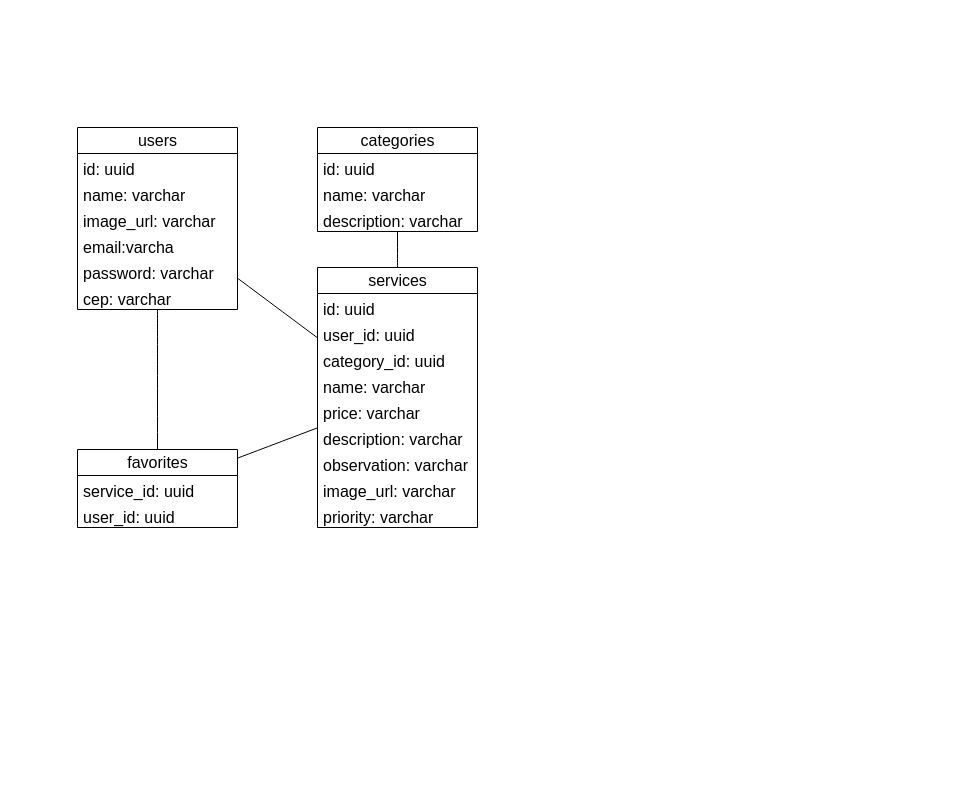
Above: docs/database-model.drawio in GabrielMarquesGithub/work-wave-backend (draw.io), before the change. Source tidied: cells renumbered, new cells numbered last; positions are measured from the earlier drawing's top-left corner, leaving out a move shared by most shapes. Both pictures are drawn from the tidied source at 100%, with x=0, y=0 at pixel (77, 127).
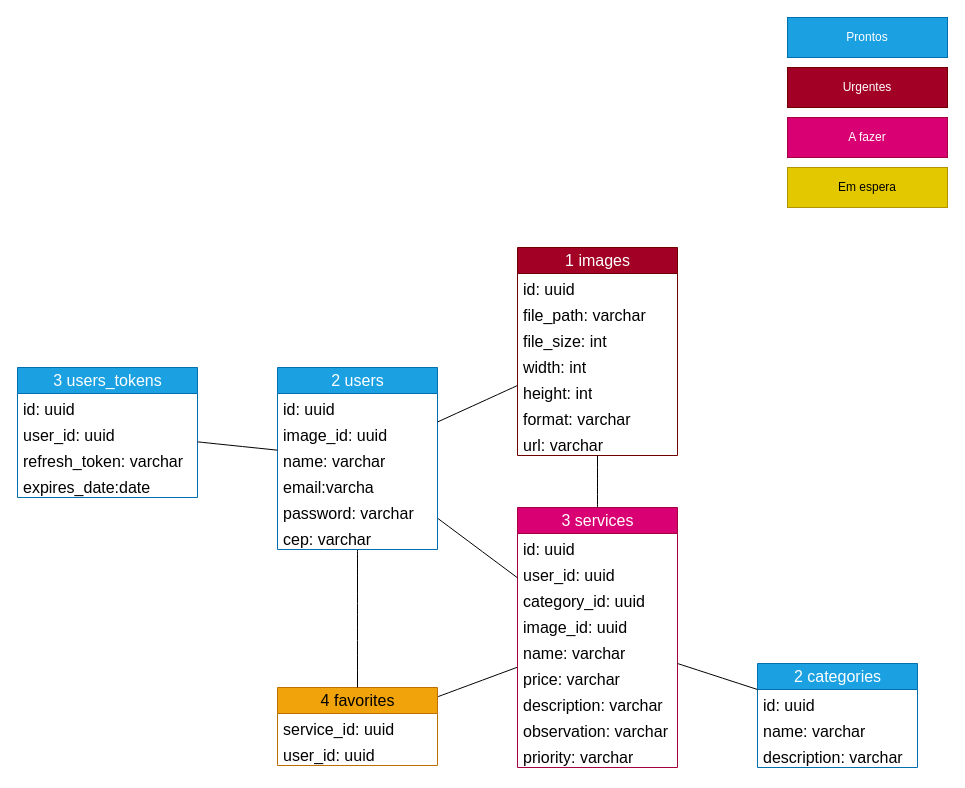
The same diagram, later.

What changed in the source:
```diff
@@
-    <mxCell id="3" value="favorites" style="swimlane;fontStyle=0;horizontal=1;startSize=26;fillColor=none;html=1;fontSize=16;" parent="1" vertex="1">
-      <mxGeometry y="322" width="160" height="78" as="geometry" />
+    <mxCell id="3" value="4 favorites" style="swimlane;fontStyle=0;horizontal=1;startSize=26;fillColor=#f0a30a;html=1;fontSize=16;strokeColor=#BD7000;fontColor=#000000;" parent="1" vertex="1">
+      <mxGeometry x="200" y="560" width="160" height="78" as="geometry" />
     </mxCell>
@@
-    <mxCell id="6" value="services" style="swimlane;fontStyle=0;horizontal=1;startSize=26;fillColor=none;html=1;fontSize=16;" parent="1" vertex="1">
-      <mxGeometry x="240" y="140" width="160" height="260" as="geometry" />
+    <mxCell id="6" value="3 services" style="swimlane;fontStyle=0;horizontal=1;startSize=26;fillColor=#d80073;html=1;fontSize=16;fontColor=#ffffff;strokeColor=#A50040;" parent="1" vertex="1">
+      <mxGeometry x="440" y="380" width="160" height="260" as="geometry" />
     </mxCell>
@@
+    <mxCell id="30" value="image_id: uuid" style="text;strokeColor=none;fillColor=none;align=left;verticalAlign=top;spacingLeft=4;spacingRight=4;overflow=hidden;whiteSpace=wrap;html=1;fontSize=16;" parent="6" vertex="1">
+      <mxGeometry y="104" width="160" height="26" as="geometry" />
+    </mxCell>
     <mxCell id="10" value="name: varchar" style="text;strokeColor=none;fillColor=none;align=left;verticalAlign=top;spacingLeft=4;spacingRight=4;overflow=hidden;whiteSpace=wrap;html=1;fontSize=16;" parent="6" vertex="1">
-      <mxGeometry y="104" width="160" height="26" as="geometry" />
+      <mxGeometry y="130" width="160" height="26" as="geometry" />
     </mxCell>
     <mxCell id="11" value="price: varchar" style="text;strokeColor=none;fillColor=none;align=left;verticalAlign=top;spacingLeft=4;spacingRight=4;overflow=hidden;whiteSpace=wrap;html=1;fontSize=16;" parent="6" vertex="1">
-      <mxGeometry y="130" width="160" height="26" as="geometry" />
+      <mxGeometry y="156" width="160" height="26" as="geometry" />
     </mxCell>
     <mxCell id="12" value="description: varchar" style="text;strokeColor=none;fillColor=none;align=left;verticalAlign=top;spacingLeft=4;spacingRight=4;overflow=hidden;whiteSpace=wrap;html=1;fontSize=16;" parent="6" vertex="1">
-      <mxGeometry y="156" width="160" height="26" as="geometry" />
+      <mxGeometry y="182" width="160" height="26" as="geometry" />
     </mxCell>
     <mxCell id="13" value="observation: varchar" style="text;strokeColor=none;fillColor=none;align=left;verticalAlign=top;spacingLeft=4;spacingRight=4;overflow=hidden;whiteSpace=wrap;html=1;fontSize=16;" parent="6" vertex="1">
-      <mxGeometry y="182" width="160" height="26" as="geometry" />
+      <mxGeometry y="208" width="160" height="26" as="geometry" />
     </mxCell>
-    <mxCell id="14" value="image_url: varchar" style="text;strokeColor=none;fillColor=none;align=left;verticalAlign=top;spacingLeft=4;spacingRight=4;overflow=hidden;whiteSpace=wrap;html=1;fontSize=16;" parent="6" vertex="1">
-      <mxGeometry y="208" width="160" height="26" as="geometry" />
-    </mxCell>
@@
-    <mxCell id="18" value="users" style="swimlane;fontStyle=0;horizontal=1;startSize=26;fillColor=none;html=1;fontSize=16;" parent="1" vertex="1">
-      <mxGeometry width="160" height="182" as="geometry" />
+    <mxCell id="18" value="2 users" style="swimlane;fontStyle=0;horizontal=1;startSize=26;fillColor=#1ba1e2;html=1;fontSize=16;fontColor=#ffffff;strokeColor=#006EAF;" parent="1" vertex="1">
+      <mxGeometry x="200" y="240" width="160" height="182" as="geometry" />
     </mxCell>
@@
+    <mxCell id="21" value="image_id: uuid" style="text;strokeColor=none;fillColor=none;align=left;verticalAlign=top;spacingLeft=4;spacingRight=4;overflow=hidden;whiteSpace=wrap;html=1;fontSize=16;" parent="18" vertex="1">
+      <mxGeometry y="52" width="160" height="26" as="geometry" />
+    </mxCell>
     <mxCell id="20" value="name: varchar" style="text;strokeColor=none;fillColor=none;align=left;verticalAlign=top;spacingLeft=4;spacingRight=4;overflow=hidden;whiteSpace=wrap;html=1;fontSize=16;" parent="18" vertex="1">
-      <mxGeometry y="52" width="160" height="26" as="geometry" />
+      <mxGeometry y="78" width="160" height="26" as="geometry" />
     </mxCell>
-    <mxCell id="21" value="image_url: varchar" style="text;strokeColor=none;fillColor=none;align=left;verticalAlign=top;spacingLeft=4;spacingRight=4;overflow=hidden;whiteSpace=wrap;html=1;fontSize=16;" parent="18" vertex="1">
-      <mxGeometry y="78" width="160" height="26" as="geometry" />
-    </mxCell>
@@
-    <mxCell id="25" value="categories" style="swimlane;fontStyle=0;horizontal=1;startSize=26;fillColor=none;html=1;fontSize=16;" parent="1" vertex="1">
-      <mxGeometry x="240" width="160" height="104" as="geometry" />
+    <mxCell id="25" value="2 categories" style="swimlane;fontStyle=0;horizontal=1;startSize=26;fillColor=#1ba1e2;html=1;fontSize=16;fontColor=#ffffff;strokeColor=#006EAF;" parent="1" vertex="1">
+      <mxGeometry x="680" y="536" width="160" height="104" as="geometry" />
     </mxCell>
@@
+    <mxCell id="31" value="3 users_tokens" style="swimlane;fontStyle=0;horizontal=1;startSize=26;fillColor=#1ba1e2;html=1;fontSize=16;fontColor=#ffffff;strokeColor=#006EAF;" parent="1" vertex="1">
+      <mxGeometry x="-60" y="240" width="180" height="130" as="geometry" />
+    </mxCell>
+    <mxCell id="32" value="id: uuid" style="text;strokeColor=none;fillColor=none;align=left;verticalAlign=top;spacingLeft=4;spacingRight=4;overflow=hidden;whiteSpace=wrap;html=1;fontSize=16;" parent="31" vertex="1">
+      <mxGeometry y="26" width="180" height="26" as="geometry" />
+    </mxCell>
+    <mxCell id="33" value="user_id: uuid" style="text;strokeColor=none;fillColor=none;align=left;verticalAlign=top;spacingLeft=4;spacingRight=4;overflow=hidden;whiteSpace=wrap;html=1;fontSize=16;" parent="31" vertex="1">
+      <mxGeometry y="52" width="180" height="26" as="geometry" />
+    </mxCell>
+    <mxCell id="34" value="refresh_token: varchar" style="text;strokeColor=none;fillColor=none;align=left;verticalAlign=top;spacingLeft=4;spacingRight=4;overflow=hidden;whiteSpace=wrap;html=1;fontSize=16;" parent="31" vertex="1">
+      <mxGeometry y="78" width="180" height="26" as="geometry" />
+    </mxCell>
+    <mxCell id="35" value="expires_date:date" style="text;strokeColor=none;fillColor=none;align=left;verticalAlign=top;spacingLeft=4;spacingRight=4;overflow=hidden;whiteSpace=wrap;html=1;fontSize=16;" parent="31" vertex="1">
+      <mxGeometry y="104" width="180" height="26" as="geometry" />
+    </mxCell>
+    <mxCell id="36" style="edgeStyle=none;curved=1;rounded=0;jettySize=auto;html=1;fontSize=12;startSize=8;endSize=8;endArrow=none;endFill=0;" parent="1" edge="1" source="31" target="18">
+      <mxGeometry relative="1" as="geometry" />
+    </mxCell>
+    <mxCell id="37" value="1 images" style="swimlane;fontStyle=0;horizontal=1;startSize=26;fillColor=#a20025;html=1;fontSize=16;fontColor=#ffffff;strokeColor=#6F0000;" parent="1" vertex="1">
+      <mxGeometry x="440" y="120" width="160" height="208" as="geometry" />
+    </mxCell>
+    <mxCell id="38" value="id: uuid" style="text;strokeColor=none;fillColor=none;align=left;verticalAlign=top;spacingLeft=4;spacingRight=4;overflow=hidden;whiteSpace=wrap;html=1;fontSize=16;" parent="37" vertex="1">
+      <mxGeometry y="26" width="160" height="26" as="geometry" />
+    </mxCell>
+    <mxCell id="39" value="file_path: varchar" style="text;strokeColor=none;fillColor=none;align=left;verticalAlign=top;spacingLeft=4;spacingRight=4;overflow=hidden;whiteSpace=wrap;html=1;fontSize=16;" parent="37" vertex="1">
+      <mxGeometry y="52" width="160" height="26" as="geometry" />
+    </mxCell>
+    <mxCell id="40" value="file_size: int" style="text;strokeColor=none;fillColor=none;align=left;verticalAlign=top;spacingLeft=4;spacingRight=4;overflow=hidden;whiteSpace=wrap;html=1;fontSize=16;" parent="37" vertex="1">
+      <mxGeometry y="78" width="160" height="26" as="geometry" />
+    </mxCell>
+    <mxCell id="41" value=" width: int" style="text;strokeColor=none;fillColor=none;align=left;verticalAlign=top;spacingLeft=4;spacingRight=4;overflow=hidden;whiteSpace=wrap;html=1;fontSize=16;" parent="37" vertex="1">
+      <mxGeometry y="104" width="160" height="26" as="geometry" />
+    </mxCell>
+    <mxCell id="42" value="  height: int" style="text;strokeColor=none;fillColor=none;align=left;verticalAlign=top;spacingLeft=4;spacingRight=4;overflow=hidden;whiteSpace=wrap;html=1;fontSize=16;" parent="37" vertex="1">
+      <mxGeometry y="130" width="160" height="26" as="geometry" />
+    </mxCell>
+    <mxCell id="43" value="format: varchar" style="text;strokeColor=none;fillColor=none;align=left;verticalAlign=top;spacingLeft=4;spacingRight=4;overflow=hidden;whiteSpace=wrap;html=1;fontSize=16;" parent="37" vertex="1">
+      <mxGeometry y="156" width="160" height="26" as="geometry" />
+    </mxCell>
+    <mxCell id="44" value="url: varchar" style="text;strokeColor=none;fillColor=none;align=left;verticalAlign=top;spacingLeft=4;spacingRight=4;overflow=hidden;whiteSpace=wrap;html=1;fontSize=16;" parent="37" vertex="1">
+      <mxGeometry y="182" width="160" height="26" as="geometry" />
+    </mxCell>
+    <mxCell id="45" style="edgeStyle=none;curved=1;rounded=0;jettySize=auto;html=1;fontSize=12;startSize=8;endSize=8;endArrow=none;endFill=0;" parent="1" edge="1" source="6" target="37">
+      <mxGeometry relative="1" as="geometry" />
+    </mxCell>
+    <mxCell id="46" style="edgeStyle=none;curved=1;rounded=0;jettySize=auto;html=1;fontSize=12;startSize=8;endSize=8;endArrow=none;endFill=0;" parent="1" edge="1" target="18">
+      <mxGeometry relative="1" as="geometry">
+        <mxPoint x="440" y="258" as="sourcePoint" />
+      </mxGeometry>
+    </mxCell>
+    <mxCell id="47" value="Prontos" style="rounded=0;whiteSpace=wrap;html=1;fillColor=#1ba1e2;strokeColor=#006EAF;fontColor=#ffffff;" parent="1" vertex="1">
+      <mxGeometry x="710" y="-110" width="160" height="40" as="geometry" />
+    </mxCell>
+    <mxCell id="48" value="Urgentes" style="rounded=0;whiteSpace=wrap;html=1;fillColor=#a20025;strokeColor=#6F0000;fontColor=#ffffff;" parent="1" vertex="1">
+      <mxGeometry x="710" y="-60" width="160" height="40" as="geometry" />
+    </mxCell>
+    <mxCell id="49" value="A fazer" style="rounded=0;whiteSpace=wrap;html=1;fillColor=#d80073;strokeColor=#A50040;fontColor=#ffffff;" parent="1" vertex="1">
+      <mxGeometry x="710" y="-10" width="160" height="40" as="geometry" />
+    </mxCell>
+    <mxCell id="50" value="Em espera" style="rounded=0;whiteSpace=wrap;html=1;fillColor=#e3c800;strokeColor=#B09500;fontColor=#000000;" parent="1" vertex="1">
+      <mxGeometry x="710" y="40" width="160" height="40" as="geometry" />
+    </mxCell>
```
